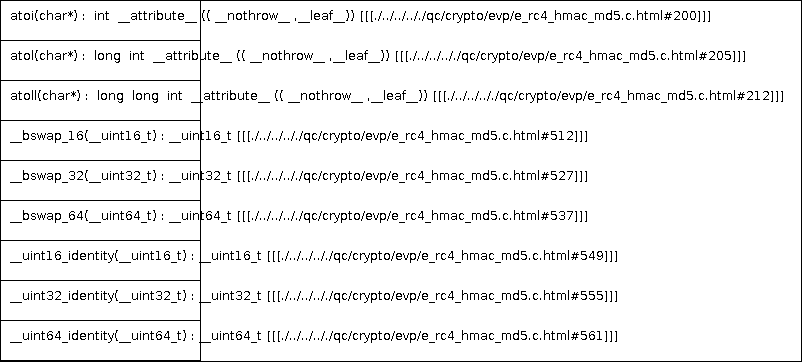
The PlantUML diagram docs/qc/crypto/evp/e_rc4_hmac_md5.c.png in qualitesys/openssl, before a commit. Its source is kept beside it as docs/qc/crypto/evp/e_rc4_hmac_md5.c.puml. Source of this version:
```plantuml
@startuml
!pragma layout smetana
class dummy {
atoi(char*) :  int  __attribute__ (( __nothrow__ ,__leaf__)) [[[./../../.././qc/crypto/evp/e_rc4_hmac_md5.c.html#200]]]
atol(char*) :  long  int  __attribute__ (( __nothrow__ ,__leaf__)) [[[./../../.././qc/crypto/evp/e_rc4_hmac_md5.c.html#205]]]
atoll(char*) :  long  long  int  __attribute__ (( __nothrow__ ,__leaf__)) [[[./../../.././qc/crypto/evp/e_rc4_hmac_md5.c.html#212]]]
__bswap_16(__uint16_t) : __uint16_t [[[./../../.././qc/crypto/evp/e_rc4_hmac_md5.c.html#512]]]
__bswap_32(__uint32_t) : __uint32_t [[[./../../.././qc/crypto/evp/e_rc4_hmac_md5.c.html#527]]]
__bswap_64(__uint64_t) : __uint64_t [[[./../../.././qc/crypto/evp/e_rc4_hmac_md5.c.html#537]]]
__uint16_identity(__uint16_t) : __uint16_t [[[./../../.././qc/crypto/evp/e_rc4_hmac_md5.c.html#549]]]
__uint32_identity(__uint32_t) : __uint32_t [[[./../../.././qc/crypto/evp/e_rc4_hmac_md5.c.html#555]]]
__uint64_identity(__uint64_t) : __uint64_t [[[./../../.././qc/crypto/evp/e_rc4_hmac_md5.c.html#561]]]
}
@enduml
```
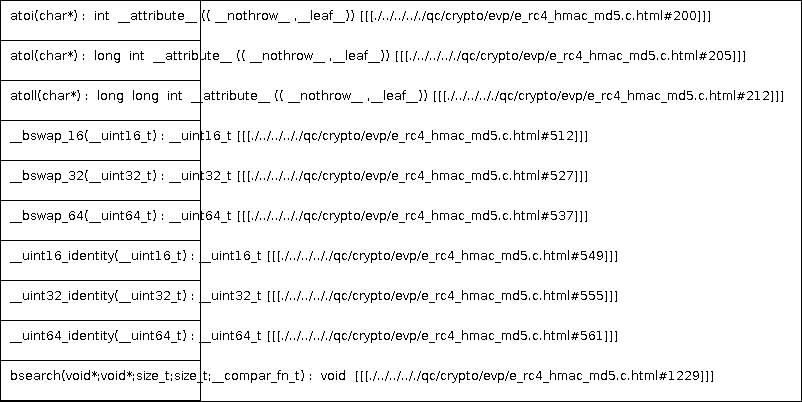
After the commit.

Diff of the diagram source:
```diff
@@ -10,5 +10,6 @@
 __uint16_identity(__uint16_t) : __uint16_t [[[./../../.././qc/crypto/evp/e_rc4_hmac_md5.c.html#549]]]
 __uint32_identity(__uint32_t) : __uint32_t [[[./../../.././qc/crypto/evp/e_rc4_hmac_md5.c.html#555]]]
 __uint64_identity(__uint64_t) : __uint64_t [[[./../../.././qc/crypto/evp/e_rc4_hmac_md5.c.html#561]]]
+bsearch(void*;void*;size_t;size_t;__compar_fn_t) :  void  [[[./../../.././qc/crypto/evp/e_rc4_hmac_md5.c.html#1229]]]
 }
 @enduml
```
